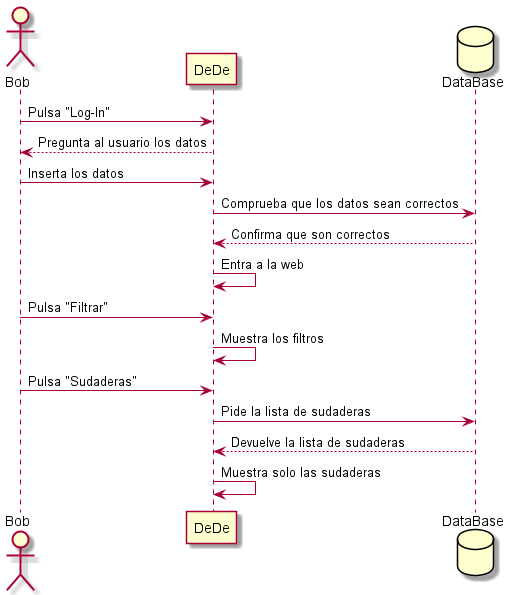
Arquisoft/dede_es6b keeps this PlantUML diagram as images/06_runtime_filtro.png. Above is the earlier version.
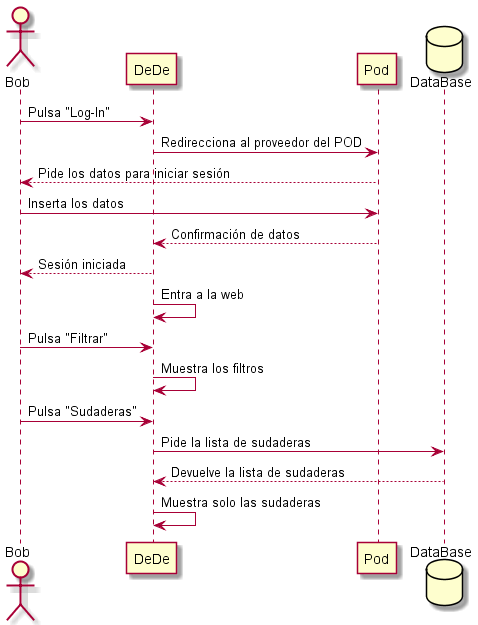
After the change.

Diff of the diagram source:
```diff
@@ -1,12 +1,14 @@
 @startuml
 actor Bob
 participant DeDe
+participant Pod
 database DataBase as "DataBase"
 Bob -> DeDe: Pulsa "Log-In"
-DeDe--> Bob: Pregunta al usuario los datos
-Bob -> DeDe: Inserta los datos
-DeDe-> DataBase: Comprueba que los datos sean correctos
-DataBase --> DeDe: Confirma que son correctos
+DeDe -> Pod: Redirecciona al proveedor del POD
+Bob <-- Pod: Pide los datos para iniciar sesión
+Bob -> Pod: Inserta los datos
+DeDe <-- Pod: Confirmación de datos
+Bob <-- DeDe: Sesión iniciada
 DeDe-> DeDe: Entra a la web
 Bob -> DeDe: Pulsa "Filtrar"
 DeDe-> DeDe: Muestra los filtros
```
